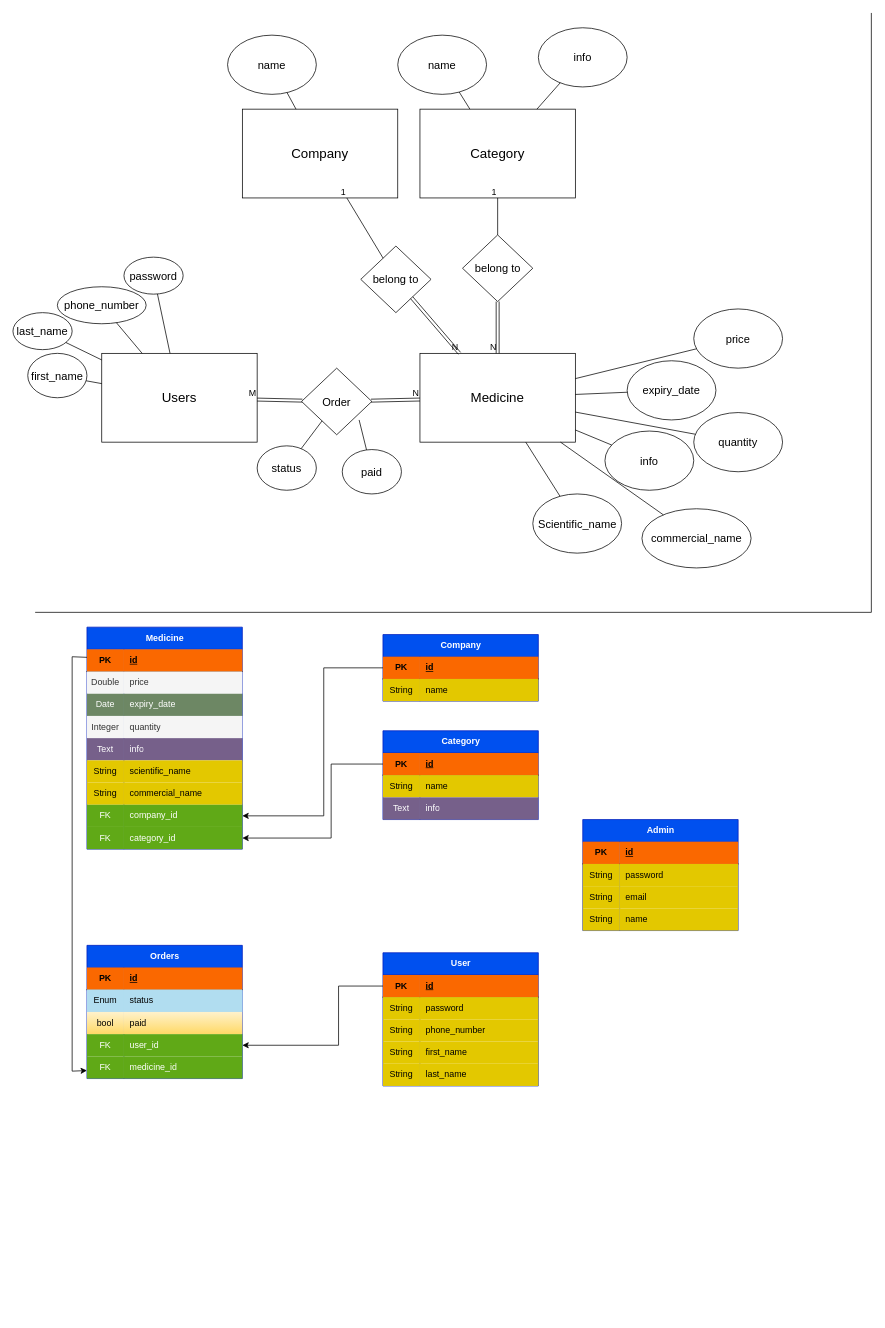
The draw.io diagram diagram/midicinstorage.drawio in MaroofAt/midicalStorage, before the edit. Source tidied: cells renumbered, new cells numbered last; positions are measured from the earlier drawing's top-left corner, leaving out a move shared by most shapes. Both pictures are drawn from the tidied source at 74%, with x=0, y=0 at pixel (13, 13).
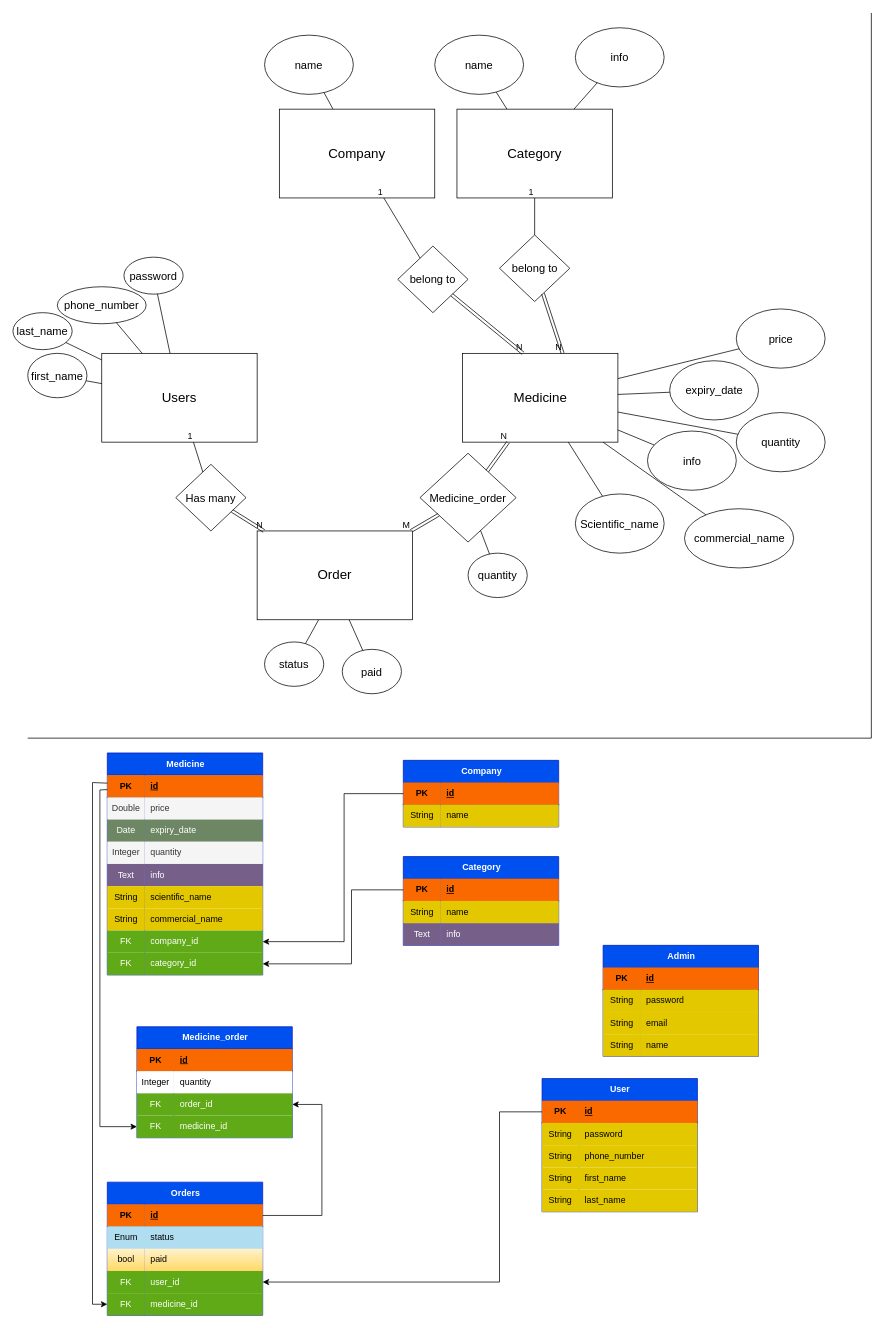
After the change.

Commit message:
upgrade diagram 2.0

The change refers to these unchanged cells:
```xml
<mxCell id="36" style="shape=tableRow;horizontal=0;startSize=0;swimlaneHead=0;swimlaneBody=0;fillColor=none;points=[[0,0.5],[1,0.5]];portConstraint=eastwest;top=0;left=0;right=0;bottom=1;" parent="35" vertex="1">
  <mxGeometry y="30" width="210" height="30" as="geometry" />
</mxCell>
<mxCell id="52" style="shape=tableRow;horizontal=0;startSize=0;swimlaneHead=0;swimlaneBody=0;fillColor=none;points=[[0,0.5],[1,0.5]];portConstraint=eastwest;top=0;left=0;right=0;bottom=1;" parent="51" vertex="1">
  <mxGeometry y="30" width="210" height="30" as="geometry" />
</mxCell>
<mxCell id="60" style="shape=tableRow;horizontal=0;startSize=0;swimlaneHead=0;swimlaneBody=0;fillColor=none;points=[[0,0.5],[1,0.5]];portConstraint=eastwest;top=0;left=0;right=0;bottom=1;" parent="59" vertex="1">
  <mxGeometry y="30" width="210" height="30" as="geometry" />
</mxCell>
<mxCell id="70" value="Users" style="rounded=0;whiteSpace=wrap;html=1;fontSize=18;" parent="1" vertex="1">
  <mxGeometry x="120" y="460" width="210" height="120" as="geometry" />
</mxCell>
<mxCell id="87" style="shape=tableRow;horizontal=0;startSize=0;swimlaneHead=0;swimlaneBody=0;fillColor=none;points=[[0,0.5],[1,0.5]];portConstraint=eastwest;top=0;left=0;right=0;bottom=1;" parent="86" vertex="1">
  <mxGeometry y="30" width="210" height="30" as="geometry" />
</mxCell>
<mxCell id="108" style="shape=tableRow;horizontal=0;startSize=0;swimlaneHead=0;swimlaneBody=0;fillColor=none;points=[[0,0.5],[1,0.5]];portConstraint=eastwest;top=0;left=0;right=0;bottom=0;" parent="86" vertex="1">
  <mxGeometry y="240" width="210" height="30" as="geometry" />
</mxCell>
<mxCell id="111" style="shape=tableRow;horizontal=0;startSize=0;swimlaneHead=0;swimlaneBody=0;fillColor=none;points=[[0,0.5],[1,0.5]];portConstraint=eastwest;top=0;left=0;right=0;bottom=0;" parent="86" vertex="1">
  <mxGeometry y="270" width="210" height="30" as="geometry" />
</mxCell>
<mxCell id="115" style="shape=tableRow;horizontal=0;startSize=0;swimlaneHead=0;swimlaneBody=0;fillColor=none;points=[[0,0.5],[1,0.5]];portConstraint=eastwest;top=0;left=0;right=0;bottom=1;" parent="114" vertex="1">
  <mxGeometry y="30" width="210" height="30" as="geometry" />
</mxCell>
<mxCell id="124" style="shape=tableRow;horizontal=0;startSize=0;swimlaneHead=0;swimlaneBody=0;fillColor=none;points=[[0,0.5],[1,0.5]];portConstraint=eastwest;top=0;left=0;right=0;bottom=0;" parent="114" vertex="1">
  <mxGeometry y="120" width="210" height="30" as="geometry" />
</mxCell>
<mxCell id="127" style="shape=tableRow;horizontal=0;startSize=0;swimlaneHead=0;swimlaneBody=0;fillColor=none;points=[[0,0.5],[1,0.5]];portConstraint=eastwest;top=0;left=0;right=0;bottom=0;" parent="114" vertex="1">
  <mxGeometry y="150" width="210" height="30" as="geometry" />
</mxCell>
```

The edit, as a diff of the source:
```diff
@@
     <mxCell id="2" value="Company" style="rounded=0;whiteSpace=wrap;html=1;fontSize=18;" parent="1" vertex="1">
-      <mxGeometry x="310" y="130" width="210" height="120" as="geometry" />
+      <mxGeometry x="360" y="130" width="210" height="120" as="geometry" />
     </mxCell>
     <mxCell id="3" value="name" style="ellipse;whiteSpace=wrap;html=1;fontSize=15;" parent="1" vertex="1">
-      <mxGeometry x="290" y="30" width="120" height="80" as="geometry" />
+      <mxGeometry x="340" y="30" width="120" height="80" as="geometry" />
     </mxCell>
@@
     <mxCell id="5" value="Category" style="rounded=0;whiteSpace=wrap;html=1;fontSize=18;" parent="1" vertex="1">
-      <mxGeometry x="550" y="130" width="210" height="120" as="geometry" />
+      <mxGeometry x="600" y="130" width="210" height="120" as="geometry" />
     </mxCell>
     <mxCell id="6" value="name" style="ellipse;whiteSpace=wrap;html=1;fontSize=15;" parent="1" vertex="1">
-      <mxGeometry x="520" y="30" width="120" height="80" as="geometry" />
+      <mxGeometry x="570" y="30" width="120" height="80" as="geometry" />
     </mxCell>
@@
     <mxCell id="8" value="info" style="ellipse;whiteSpace=wrap;html=1;fontSize=15;" parent="1" vertex="1">
-      <mxGeometry x="710" y="20" width="120" height="80" as="geometry" />
+      <mxGeometry x="760" y="20" width="120" height="80" as="geometry" />
     </mxCell>
@@
     <mxCell id="10" value="Medicine" style="rounded=0;whiteSpace=wrap;html=1;fontSize=18;" parent="1" vertex="1">
-      <mxGeometry x="550" y="460" width="210" height="120" as="geometry" />
+      <mxGeometry x="607.5" y="460" width="210" height="120" as="geometry" />
     </mxCell>
     <mxCell id="11" value="Scientific_name" style="ellipse;whiteSpace=wrap;html=1;fontSize=15;" parent="1" vertex="1">
-      <mxGeometry x="702.5" y="650" width="120" height="80" as="geometry" />
+      <mxGeometry x="760" y="650" width="120" height="80" as="geometry" />
     </mxCell>
@@
     <mxCell id="13" value="info" style="ellipse;whiteSpace=wrap;html=1;fontSize=15;" parent="1" vertex="1">
-      <mxGeometry x="800" y="565" width="120" height="80" as="geometry" />
+      <mxGeometry x="857.5" y="565" width="120" height="80" as="geometry" />
     </mxCell>
@@
     <mxCell id="15" value="commercial_name" style="ellipse;whiteSpace=wrap;html=1;fontSize=15;" parent="1" vertex="1">
-      <mxGeometry x="850" y="670" width="147.5" height="80" as="geometry" />
+      <mxGeometry x="907.5" y="670" width="147.5" height="80" as="geometry" />
     </mxCell>
@@
     <mxCell id="17" value="quantity" style="ellipse;whiteSpace=wrap;html=1;fontSize=15;" parent="1" vertex="1">
-      <mxGeometry x="920" y="540" width="120" height="80" as="geometry" />
+      <mxGeometry x="977.5" y="540" width="120" height="80" as="geometry" />
     </mxCell>
@@
     <mxCell id="19" value="expiry_date" style="ellipse;whiteSpace=wrap;html=1;fontSize=15;" parent="1" vertex="1">
-      <mxGeometry x="830" y="470" width="120" height="80" as="geometry" />
+      <mxGeometry x="887.5" y="470" width="120" height="80" as="geometry" />
     </mxCell>
@@
     <mxCell id="21" value="price" style="ellipse;whiteSpace=wrap;html=1;fontSize=15;" parent="1" vertex="1">
-      <mxGeometry x="920" y="400" width="120" height="80" as="geometry" />
+      <mxGeometry x="977.5" y="400" width="120" height="80" as="geometry" />
     </mxCell>
@@
     <mxCell id="23" value="belong to" style="rhombus;whiteSpace=wrap;html=1;fontSize=15;" parent="1" vertex="1">
-      <mxGeometry x="607.5" y="300" width="95" height="90" as="geometry" />
+      <mxGeometry x="657.5" y="300" width="95" height="90" as="geometry" />
     </mxCell>
-    <mxCell id="24" style="shape=link;html=1;rounded=0;" parent="1" edge="1" source="23" target="10">
-      <mxGeometry relative="1" as="geometry" />
+    <mxCell id="24" style="shape=link;html=1;rounded=0;" parent="1" edge="1" source="23">
+      <mxGeometry relative="1" as="geometry">
+        <mxPoint x="742.8" y="460" as="targetPoint" />
+      </mxGeometry>
     </mxCell>
@@
     <mxCell id="28" value="belong to" style="rhombus;whiteSpace=wrap;html=1;fontSize=15;" parent="1" vertex="1">
-      <mxGeometry x="470" y="315" width="95" height="90" as="geometry" />
+      <mxGeometry x="520" y="315" width="95" height="90" as="geometry" />
     </mxCell>
-    <mxCell id="29" style="shape=link;html=1;rounded=0;" parent="1" edge="1" source="28" target="10">
-      <mxGeometry relative="1" as="geometry" />
+    <mxCell id="29" style="shape=link;html=1;rounded=0;" parent="1" edge="1" source="28">
+      <mxGeometry relative="1" as="geometry">
+        <mxPoint x="689.4" y="460" as="targetPoint" />
+      </mxGeometry>
     </mxCell>
@@
     <mxCell id="33" style="endArrow=none;html=1;rounded=0;" parent="1" edge="1">
       <mxGeometry relative="1" as="geometry">
-        <mxPoint x="30" y="810" as="sourcePoint" />
-        <mxPoint x="1160" y="810" as="targetPoint" />
+        <mxPoint x="20" y="980" as="sourcePoint" />
+        <mxPoint x="1160" y="980" as="targetPoint" />
       </mxGeometry>
     </mxCell>
     <mxCell id="34" style="endArrow=none;html=1;rounded=0;" parent="1" edge="1">
       <mxGeometry relative="1" as="geometry">
         <mxPoint x="1160" as="sourcePoint" />
-        <mxPoint x="1160" y="810" as="targetPoint" />
+        <mxPoint x="1160" y="980" as="targetPoint" />
       </mxGeometry>
     </mxCell>
     <mxCell id="35" value="User" style="shape=table;startSize=30;childLayout=tableLayout;rowLines=0;fontStyle=1;align=center;html=1;fillColor=#0050ef;strokeColor=#001DBC;fontColor=#ffffff;strokeWidth=1;perimeterSpacing=0;" parent="1" vertex="1">
-      <mxGeometry x="500" y="1270" width="210" height="180" as="geometry" />
+      <mxGeometry x="715" y="1440" width="210" height="180" as="geometry" />
     </mxCell>
@@
     <mxCell id="51" value="Company" style="shape=table;startSize=30;childLayout=tableLayout;rowLines=0;fontStyle=1;align=center;html=1;fillColor=#0050ef;strokeColor=#001DBC;fontColor=#ffffff;" parent="1" vertex="1">
-      <mxGeometry x="500" y="840" width="210" height="90" as="geometry" />
+      <mxGeometry x="527.5" y="1010" width="210" height="90" as="geometry" />
     </mxCell>
@@
     <mxCell id="58" style="endArrow=classic;html=1;rounded=0;exitX=0;exitY=0.5;exitDx=0;exitDy=0;" parent="1" edge="1" source="52" target="108">
       <mxGeometry relative="1" as="geometry">
         <Array as="points">
-          <mxPoint x="420" y="885" />
-          <mxPoint x="420" y="1085" />
+          <mxPoint x="447.5" y="1055" />
+          <mxPoint x="447.5" y="1255" />
         </Array>
       </mxGeometry>
     </mxCell>
     <mxCell id="59" value="Category" style="shape=table;startSize=30;childLayout=tableLayout;rowLines=0;fontStyle=1;align=center;html=1;fillColor=#0050ef;strokeColor=#001DBC;fontColor=#ffffff;" parent="1" vertex="1">
-      <mxGeometry x="500" y="970" width="210" height="120" as="geometry" />
+      <mxGeometry x="527.5" y="1140" width="210" height="120" as="geometry" />
     </mxCell>
@@
     <mxCell id="69" style="endArrow=classic;html=1;rounded=0;exitX=0;exitY=0.5;exitDx=0;exitDy=0;" parent="1" edge="1" source="60" target="111">
       <mxGeometry relative="1" as="geometry">
         <Array as="points">
-          <mxPoint x="430" y="1015" />
-          <mxPoint x="430" y="1115" />
+          <mxPoint x="457.5" y="1185" />
+          <mxPoint x="457.5" y="1285" />
         </Array>
       </mxGeometry>
     </mxCell>
@@
-    <mxCell id="73" value="Order" style="rhombus;whiteSpace=wrap;html=1;fontSize=15;" parent="1" vertex="1">
-      <mxGeometry x="390" y="480" width="95" height="90" as="geometry" />
+    <mxCell id="73" value="Medicine_order" style="rhombus;whiteSpace=wrap;html=1;fontSize=15;" parent="1" vertex="1">
+      <mxGeometry x="550" y="595" width="130" height="120" as="geometry" />
     </mxCell>
@@
-    <mxCell id="76" style="shape=link;html=1;rounded=0;" parent="1" edge="1" source="73" target="70">
+    <mxCell id="76" style="shape=link;html=1;rounded=0;" parent="1" edge="1" source="73" target="147">
       <mxGeometry relative="1" as="geometry" />
     </mxCell>
@@
     <mxCell id="84" value="status" style="ellipse;whiteSpace=wrap;html=1;fontSize=15;" parent="1" vertex="1">
-      <mxGeometry x="330" y="585" width="80" height="60" as="geometry" />
+      <mxGeometry x="340" y="850" width="80" height="60" as="geometry" />
     </mxCell>
-    <mxCell id="85" style="endArrow=none;html=1;rounded=0;" parent="1" edge="1" source="73" target="84">
-      <mxGeometry relative="1" as="geometry" />
+    <mxCell id="85" style="endArrow=none;html=1;rounded=0;" parent="1" edge="1" target="84">
+      <mxGeometry relative="1" as="geometry">
+        <mxPoint x="413.1" y="820" as="sourcePoint" />
+      </mxGeometry>
     </mxCell>
     <mxCell id="86" value="Medicine" style="shape=table;startSize=30;childLayout=tableLayout;rowLines=0;fontStyle=1;align=center;html=1;fillColor=#0050ef;strokeColor=#001DBC;fontColor=#ffffff;strokeWidth=1;perimeterSpacing=0;" parent="1" vertex="1">
-      <mxGeometry x="100" y="830" width="210" height="300" as="geometry" />
+      <mxGeometry x="127.5" y="1000" width="210" height="300" as="geometry" />
     </mxCell>
@@
     <mxCell id="114" value="Orders" style="shape=table;startSize=30;childLayout=tableLayout;rowLines=0;fontStyle=1;align=center;html=1;fillColor=#0050ef;strokeColor=#001DBC;fontColor=#ffffff;strokeWidth=1;perimeterSpacing=0;" parent="1" vertex="1">
-      <mxGeometry x="100" y="1260" width="210" height="180" as="geometry" />
+      <mxGeometry x="127.5" y="1580" width="210" height="180" as="geometry" />
     </mxCell>
@@
     <mxCell id="130" value="paid" style="ellipse;whiteSpace=wrap;html=1;fontSize=15;" parent="1" vertex="1">
-      <mxGeometry x="445" y="590" width="80" height="60" as="geometry" />
+      <mxGeometry x="445" y="860" width="80" height="60" as="geometry" />
     </mxCell>
     <mxCell id="131" style="endArrow=none;html=1;rounded=0;" parent="1" edge="1" target="130">
       <mxGeometry relative="1" as="geometry">
-        <mxPoint x="467.8" y="550" as="sourcePoint" />
+        <mxPoint x="454.3" y="820" as="sourcePoint" />
       </mxGeometry>
     </mxCell>
     <mxCell id="132" style="endArrow=classic;html=1;rounded=0;" parent="1" edge="1" source="36" target="124">
       <mxGeometry relative="1" as="geometry">
         <Array as="points">
-          <mxPoint x="440" y="1315" />
-          <mxPoint x="440" y="1395" />
+          <mxPoint x="657.5" y="1485" />
+          <mxPoint x="657.5" y="1715" />
         </Array>
       </mxGeometry>
     </mxCell>
     <mxCell id="133" style="endArrow=classic;html=1;rounded=0;" parent="1" edge="1" source="87" target="127">
       <mxGeometry relative="1" as="geometry">
         <Array as="points">
-          <mxPoint x="80" y="870" />
-          <mxPoint x="80" y="1430" />
+          <mxPoint x="107.5" y="1040" />
+          <mxPoint x="107.5" y="1745" />
         </Array>
       </mxGeometry>
     </mxCell>
     <mxCell id="134" value="Admin" style="shape=table;startSize=30;childLayout=tableLayout;rowLines=0;fontStyle=1;align=center;html=1;fillColor=#0050ef;strokeColor=#001DBC;fontColor=#ffffff;strokeWidth=1;perimeterSpacing=0;" parent="1" vertex="1">
-      <mxGeometry x="770" y="1090" width="210" height="150" as="geometry" />
+      <mxGeometry x="797.5" y="1260" width="210" height="150" as="geometry" />
     </mxCell>
@@
+    <mxCell id="147" value="Order" style="rounded=0;whiteSpace=wrap;html=1;fontSize=18;" parent="1" vertex="1">
+      <mxGeometry x="330" y="700" width="210" height="120" as="geometry" />
+    </mxCell>
+    <mxCell id="148" value="Has many" style="rhombus;whiteSpace=wrap;html=1;fontSize=15;" parent="1" vertex="1">
+      <mxGeometry x="220" y="610" width="95" height="90" as="geometry" />
+    </mxCell>
+    <mxCell id="149" style="shape=link;html=1;rounded=0;" parent="1" edge="1" source="148" target="147">
+      <mxGeometry relative="1" as="geometry" />
+    </mxCell>
+    <mxCell id="150" value="N" style="html=1;whiteSpace=wrap;align=right;verticalAlign=bottom;" parent="149" vertex="1">
+      <mxGeometry x="1" relative="1" as="geometry" />
+    </mxCell>
+    <mxCell id="151" style="endArrow=none;html=1;rounded=0;" parent="1" edge="1" source="148" target="70">
+      <mxGeometry relative="1" as="geometry" />
+    </mxCell>
+    <mxCell id="152" value="1" style="html=1;whiteSpace=wrap;align=right;verticalAlign=bottom;" parent="151" vertex="1">
+      <mxGeometry x="1" relative="1" as="geometry" />
+    </mxCell>
+    <mxCell id="153" value="quantity" style="ellipse;whiteSpace=wrap;html=1;fontSize=15;" parent="1" vertex="1">
+      <mxGeometry x="615" y="730" width="80" height="60" as="geometry" />
+    </mxCell>
+    <mxCell id="154" style="endArrow=none;html=1;rounded=0;" parent="1" edge="1" source="73" target="153">
+      <mxGeometry relative="1" as="geometry" />
+    </mxCell>
+    <mxCell id="155" value="Medicine_order" style="shape=table;startSize=30;childLayout=tableLayout;rowLines=0;fontStyle=1;align=center;html=1;fillColor=#0050ef;strokeColor=#001DBC;fontColor=#ffffff;strokeWidth=1;perimeterSpacing=0;" parent="1" vertex="1">
+      <mxGeometry x="167.5" y="1370" width="210" height="150" as="geometry" />
+    </mxCell>
+    <mxCell id="156" style="shape=tableRow;horizontal=0;startSize=0;swimlaneHead=0;swimlaneBody=0;fillColor=none;top=0;left=0;right=0;bottom=1;" parent="155" vertex="1">
+      <mxGeometry y="30" width="210" height="30" as="geometry" />
+    </mxCell>
+    <mxCell id="157" value="PK" style="shape=partialRectangle;fillColor=#fa6800;top=0;left=0;bottom=0;right=0;fontStyle=1;overflow=hidden;whiteSpace=wrap;html=1;strokeColor=#C73500;fontColor=#000000;" parent="156" vertex="1">
+      <mxGeometry width="50" height="30" as="geometry" />
+    </mxCell>
+    <mxCell id="158" value="id" style="shape=partialRectangle;fillColor=#fa6800;top=0;left=0;bottom=0;right=0;align=left;spacingLeft=6;fontStyle=5;overflow=hidden;whiteSpace=wrap;html=1;fontColor=#000000;strokeColor=#C73500;" parent="156" vertex="1">
+      <mxGeometry x="50" width="160" height="30" as="geometry" />
+    </mxCell>
+    <mxCell id="159" style="shape=tableRow;horizontal=0;startSize=0;swimlaneHead=0;swimlaneBody=0;fillColor=none;top=0;left=0;right=0;bottom=0;" parent="155" vertex="1">
+      <mxGeometry y="60" width="210" height="30" as="geometry" />
+    </mxCell>
+    <mxCell id="160" value="Integer" style="shape=partialRectangle;top=0;left=0;bottom=0;right=0;overflow=hidden;whiteSpace=wrap;html=1;" parent="159" vertex="1">
+      <mxGeometry width="50" height="30" as="geometry" />
+    </mxCell>
+    <mxCell id="161" value="quantity" style="shape=partialRectangle;top=0;left=0;bottom=0;right=0;align=left;spacingLeft=6;overflow=hidden;whiteSpace=wrap;html=1;" parent="159" vertex="1">
+      <mxGeometry x="50" width="160" height="30" as="geometry" />
+    </mxCell>
+    <mxCell id="162" style="shape=tableRow;horizontal=0;startSize=0;swimlaneHead=0;swimlaneBody=0;fillColor=none;points=[[0,0.5],[1,0.5]];portConstraint=eastwest;top=0;left=0;right=0;bottom=0;" parent="155" vertex="1">
+      <mxGeometry y="90" width="210" height="30" as="geometry" />
+    </mxCell>
+    <mxCell id="163" value="FK" style="shape=partialRectangle;top=0;left=0;bottom=0;right=0;overflow=hidden;whiteSpace=wrap;html=1;fillColor=#60a917;strokeColor=#2D7600;fontColor=#ffffff;" parent="162" vertex="1">
+      <mxGeometry width="50" height="30" as="geometry" />
+    </mxCell>
+    <mxCell id="164" value="order_id" style="shape=partialRectangle;top=0;left=0;bottom=0;right=0;align=left;spacingLeft=6;overflow=hidden;whiteSpace=wrap;html=1;fillColor=#60a917;strokeColor=#2D7600;fontColor=#ffffff;" parent="162" vertex="1">
+      <mxGeometry x="50" width="160" height="30" as="geometry" />
+    </mxCell>
+    <mxCell id="165" style="shape=tableRow;horizontal=0;startSize=0;swimlaneHead=0;swimlaneBody=0;fillColor=none;points=[[0,0.5],[1,0.5]];portConstraint=eastwest;top=0;left=0;right=0;bottom=0;" parent="155" vertex="1">
+      <mxGeometry y="120" width="210" height="30" as="geometry" />
+    </mxCell>
+    <mxCell id="166" value="FK" style="shape=partialRectangle;top=0;left=0;bottom=0;right=0;overflow=hidden;whiteSpace=wrap;html=1;fillColor=#60a917;strokeColor=#2D7600;fontColor=#ffffff;" parent="165" vertex="1">
+      <mxGeometry width="50" height="30" as="geometry" />
+    </mxCell>
+    <mxCell id="167" value="medicine_id" style="shape=partialRectangle;top=0;left=0;bottom=0;right=0;align=left;spacingLeft=6;overflow=hidden;whiteSpace=wrap;html=1;fillColor=#60a917;strokeColor=#2D7600;fontColor=#ffffff;" parent="165" vertex="1">
+      <mxGeometry x="50" width="160" height="30" as="geometry" />
+    </mxCell>
+    <mxCell id="168" style="endArrow=classic;html=1;rounded=0;" parent="1" edge="1" source="87" target="165">
+      <mxGeometry relative="1" as="geometry">
+        <Array as="points">
+          <mxPoint x="117.5" y="1050" />
+          <mxPoint x="117.5" y="1505" />
+        </Array>
+      </mxGeometry>
+    </mxCell>
+    <mxCell id="169" style="endArrow=classic;html=1;rounded=0;" parent="1" edge="1" source="115" target="162">
+      <mxGeometry relative="1" as="geometry">
+        <Array as="points">
+          <mxPoint x="417.5" y="1625" />
+          <mxPoint x="417.5" y="1475" />
+        </Array>
+      </mxGeometry>
+    </mxCell>
```
